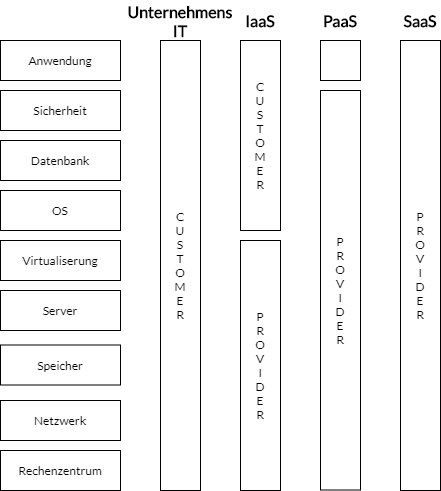
Above: PRO/resources/it-aufbau.png in importPI19fromDHGE/dhge-pi19-sem3 (draw.io), before the change. Source tidied: cells renumbered, new cells last; positions are measured from the earlier drawing's top-left corner, leaving out a move shared by most shapes.
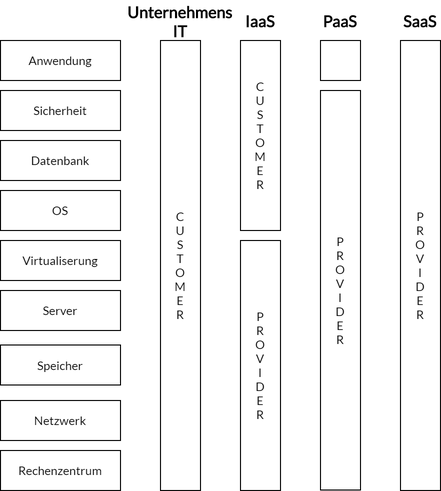
Later version of the same file.

What changed in the source:
```diff
@@ -2,61 +2,61 @@
   <root>
     <mxCell id="0" />
     <mxCell id="1" parent="0" />
-    <mxCell id="2" value="Anwendung" style="rounded=0;whiteSpace=wrap;html=1;fontFamily=Lato;fontSource=https%3A%2F%2Ffonts.googleapis.com%2Fcss%3Ffamily%3DLato;" parent="1" vertex="1">
+    <mxCell id="2" value="Anwendung" style="rounded=0;whiteSpace=wrap;html=1;fontFamily=Lato;" parent="1" vertex="1">
       <mxGeometry y="40" width="120" height="40" as="geometry" />
     </mxCell>
-    <mxCell id="3" value="Sicherheit" style="rounded=0;whiteSpace=wrap;html=1;fontFamily=Lato;fontSource=https%3A%2F%2Ffonts.googleapis.com%2Fcss%3Ffamily%3DLato;" parent="1" vertex="1">
+    <mxCell id="3" value="Sicherheit" style="rounded=0;whiteSpace=wrap;html=1;fontFamily=Lato;" parent="1" vertex="1">
       <mxGeometry y="90" width="120" height="40" as="geometry" />
     </mxCell>
-    <mxCell id="4" value="Datenbank" style="rounded=0;whiteSpace=wrap;html=1;fontFamily=Lato;fontSource=https%3A%2F%2Ffonts.googleapis.com%2Fcss%3Ffamily%3DLato;" parent="1" vertex="1">
+    <mxCell id="4" value="Datenbank" style="rounded=0;whiteSpace=wrap;html=1;fontFamily=Lato;" parent="1" vertex="1">
       <mxGeometry y="140" width="120" height="40" as="geometry" />
     </mxCell>
-    <mxCell id="5" value="OS" style="rounded=0;whiteSpace=wrap;html=1;fontFamily=Lato;fontSource=https%3A%2F%2Ffonts.googleapis.com%2Fcss%3Ffamily%3DLato;" parent="1" vertex="1">
+    <mxCell id="5" value="OS" style="rounded=0;whiteSpace=wrap;html=1;fontFamily=Lato;" parent="1" vertex="1">
       <mxGeometry y="190" width="120" height="40" as="geometry" />
     </mxCell>
-    <mxCell id="6" value="Virtualiserung" style="rounded=0;whiteSpace=wrap;html=1;fontFamily=Lato;fontSource=https%3A%2F%2Ffonts.googleapis.com%2Fcss%3Ffamily%3DLato;" parent="1" vertex="1">
+    <mxCell id="6" value="Virtualiserung" style="rounded=0;whiteSpace=wrap;html=1;fontFamily=Lato;" parent="1" vertex="1">
       <mxGeometry y="240" width="120" height="40" as="geometry" />
     </mxCell>
-    <mxCell id="7" value="Server" style="rounded=0;whiteSpace=wrap;html=1;fontFamily=Lato;fontSource=https%3A%2F%2Ffonts.googleapis.com%2Fcss%3Ffamily%3DLato;" parent="1" vertex="1">
+    <mxCell id="7" value="Server" style="rounded=0;whiteSpace=wrap;html=1;fontFamily=Lato;" parent="1" vertex="1">
       <mxGeometry y="290" width="120" height="40" as="geometry" />
     </mxCell>
-    <mxCell id="8" value="Speicher" style="rounded=0;whiteSpace=wrap;html=1;fontFamily=Lato;fontSource=https%3A%2F%2Ffonts.googleapis.com%2Fcss%3Ffamily%3DLato;" parent="1" vertex="1">
+    <mxCell id="8" value="Speicher" style="rounded=0;whiteSpace=wrap;html=1;fontFamily=Lato;" parent="1" vertex="1">
       <mxGeometry y="344.5" width="120" height="40" as="geometry" />
     </mxCell>
-    <mxCell id="9" value="Netzwerk" style="rounded=0;whiteSpace=wrap;html=1;fontFamily=Lato;fontSource=https%3A%2F%2Ffonts.googleapis.com%2Fcss%3Ffamily%3DLato;" parent="1" vertex="1">
+    <mxCell id="9" value="Netzwerk" style="rounded=0;whiteSpace=wrap;html=1;fontFamily=Lato;" parent="1" vertex="1">
       <mxGeometry y="400" width="120" height="40" as="geometry" />
     </mxCell>
-    <mxCell id="10" value="Rechenzentrum" style="rounded=0;whiteSpace=wrap;html=1;fontFamily=Lato;fontSource=https%3A%2F%2Ffonts.googleapis.com%2Fcss%3Ffamily%3DLato;" parent="1" vertex="1">
+    <mxCell id="10" value="Rechenzentrum" style="rounded=0;whiteSpace=wrap;html=1;fontFamily=Lato;" parent="1" vertex="1">
       <mxGeometry y="450" width="120" height="40" as="geometry" />
     </mxCell>
-    <mxCell id="11" value="C&lt;br&gt;U&lt;br&gt;S&lt;br&gt;T&lt;br&gt;O&lt;br&gt;M&lt;br&gt;E&lt;br&gt;R" style="rounded=0;whiteSpace=wrap;html=1;fontFamily=Lato;fontSource=https%3A%2F%2Ffonts.googleapis.com%2Fcss%3Ffamily%3DLato;" parent="1" vertex="1">
+    <mxCell id="11" value="C&lt;br&gt;U&lt;br&gt;S&lt;br&gt;T&lt;br&gt;O&lt;br&gt;M&lt;br&gt;E&lt;br&gt;R" style="rounded=0;whiteSpace=wrap;html=1;fontFamily=Lato;" parent="1" vertex="1">
       <mxGeometry x="160" y="40" width="40" height="450" as="geometry" />
     </mxCell>
-    <mxCell id="12" value="C&lt;br&gt;U&lt;br&gt;S&lt;br&gt;T&lt;br&gt;O&lt;br&gt;M&lt;br&gt;E&lt;br&gt;R" style="rounded=0;whiteSpace=wrap;html=1;fontFamily=Lato;fontSource=https%3A%2F%2Ffonts.googleapis.com%2Fcss%3Ffamily%3DLato;" parent="1" vertex="1">
+    <mxCell id="12" value="C&lt;br&gt;U&lt;br&gt;S&lt;br&gt;T&lt;br&gt;O&lt;br&gt;M&lt;br&gt;E&lt;br&gt;R" style="rounded=0;whiteSpace=wrap;html=1;fontFamily=Lato;" parent="1" vertex="1">
       <mxGeometry x="240" y="40" width="40" height="190" as="geometry" />
     </mxCell>
-    <mxCell id="13" style="rounded=0;whiteSpace=wrap;html=1;fontFamily=Lato;fontSource=https%3A%2F%2Ffonts.googleapis.com%2Fcss%3Ffamily%3DLato;" parent="1" vertex="1">
+    <mxCell id="13" style="rounded=0;whiteSpace=wrap;html=1;fontFamily=Lato;" parent="1" vertex="1">
       <mxGeometry x="320" y="40" width="40" height="40" as="geometry" />
     </mxCell>
-    <mxCell id="14" value="P&lt;br&gt;R&lt;br&gt;O&lt;br&gt;V&lt;br&gt;I&lt;br&gt;D&lt;br&gt;E&lt;br&gt;R" style="rounded=0;whiteSpace=wrap;html=1;fontFamily=Lato;fontSource=https%3A%2F%2Ffonts.googleapis.com%2Fcss%3Ffamily%3DLato;" parent="1" vertex="1">
+    <mxCell id="14" value="P&lt;br&gt;R&lt;br&gt;O&lt;br&gt;V&lt;br&gt;I&lt;br&gt;D&lt;br&gt;E&lt;br&gt;R" style="rounded=0;whiteSpace=wrap;html=1;fontFamily=Lato;" parent="1" vertex="1">
       <mxGeometry x="240" y="240" width="40" height="250" as="geometry" />
     </mxCell>
-    <mxCell id="15" value="P&lt;br&gt;R&lt;br&gt;O&lt;br&gt;V&lt;br&gt;I&lt;br&gt;D&lt;br&gt;E&lt;br&gt;R" style="rounded=0;whiteSpace=wrap;html=1;fontFamily=Lato;fontSource=https%3A%2F%2Ffonts.googleapis.com%2Fcss%3Ffamily%3DLato;" parent="1" vertex="1">
+    <mxCell id="15" value="P&lt;br&gt;R&lt;br&gt;O&lt;br&gt;V&lt;br&gt;I&lt;br&gt;D&lt;br&gt;E&lt;br&gt;R" style="rounded=0;whiteSpace=wrap;html=1;fontFamily=Lato;" parent="1" vertex="1">
       <mxGeometry x="320" y="90" width="40" height="399.5" as="geometry" />
     </mxCell>
-    <mxCell id="16" value="P&lt;br&gt;R&lt;br&gt;O&lt;br&gt;V&lt;br&gt;I&lt;br&gt;D&lt;br&gt;E&lt;br&gt;R" style="rounded=0;whiteSpace=wrap;html=1;fontFamily=Lato;fontSource=https%3A%2F%2Ffonts.googleapis.com%2Fcss%3Ffamily%3DLato;" parent="1" vertex="1">
+    <mxCell id="16" value="P&lt;br&gt;R&lt;br&gt;O&lt;br&gt;V&lt;br&gt;I&lt;br&gt;D&lt;br&gt;E&lt;br&gt;R" style="rounded=0;whiteSpace=wrap;html=1;fontFamily=Lato;" parent="1" vertex="1">
       <mxGeometry x="400" y="40" width="40" height="450" as="geometry" />
     </mxCell>
-    <mxCell id="17" value="IaaS" style="text;html=1;strokeColor=none;fillColor=none;align=center;verticalAlign=middle;whiteSpace=wrap;rounded=0;fontSize=16;fontStyle=1;fontFamily=Lato;fontSource=https%3A%2F%2Ffonts.googleapis.com%2Fcss%3Ffamily%3DLato;" parent="1" vertex="1">
+    <mxCell id="17" value="IaaS" style="text;html=1;strokeColor=none;fillColor=none;align=center;verticalAlign=middle;whiteSpace=wrap;rounded=0;fontSize=16;fontStyle=1;fontFamily=Lato;" parent="1" vertex="1">
       <mxGeometry x="240" width="40" height="40" as="geometry" />
     </mxCell>
-    <mxCell id="18" value="PaaS" style="text;html=1;strokeColor=none;fillColor=none;align=center;verticalAlign=middle;whiteSpace=wrap;rounded=0;fontSize=16;fontStyle=1;fontFamily=Lato;fontSource=https%3A%2F%2Ffonts.googleapis.com%2Fcss%3Ffamily%3DLato;" parent="1" vertex="1">
+    <mxCell id="18" value="PaaS" style="text;html=1;strokeColor=none;fillColor=none;align=center;verticalAlign=middle;whiteSpace=wrap;rounded=0;fontSize=16;fontStyle=1;fontFamily=Lato;" parent="1" vertex="1">
       <mxGeometry x="320" width="40" height="40" as="geometry" />
     </mxCell>
-    <mxCell id="19" value="SaaS" style="text;html=1;strokeColor=none;fillColor=none;align=center;verticalAlign=middle;whiteSpace=wrap;rounded=0;fontSize=16;fontStyle=1;fontFamily=Lato;fontSource=https%3A%2F%2Ffonts.googleapis.com%2Fcss%3Ffamily%3DLato;" parent="1" vertex="1">
+    <mxCell id="19" value="SaaS" style="text;html=1;strokeColor=none;fillColor=none;align=center;verticalAlign=middle;whiteSpace=wrap;rounded=0;fontSize=16;fontStyle=1;fontFamily=Lato;" parent="1" vertex="1">
       <mxGeometry x="400" width="40" height="40" as="geometry" />
     </mxCell>
-    <mxCell id="20" value="Unternehmens IT" style="text;html=1;strokeColor=none;fillColor=none;align=center;verticalAlign=middle;whiteSpace=wrap;rounded=0;fontSize=16;fontStyle=1;fontFamily=Lato;fontSource=https%3A%2F%2Ffonts.googleapis.com%2Fcss%3Ffamily%3DLato;" parent="1" vertex="1">
+    <mxCell id="20" value="Unternehmens IT" style="text;html=1;strokeColor=none;fillColor=none;align=center;verticalAlign=middle;whiteSpace=wrap;rounded=0;fontSize=16;fontStyle=1;fontFamily=Lato;" parent="1" vertex="1">
       <mxGeometry x="160" width="40" height="40" as="geometry" />
     </mxCell>
   </root>
```
